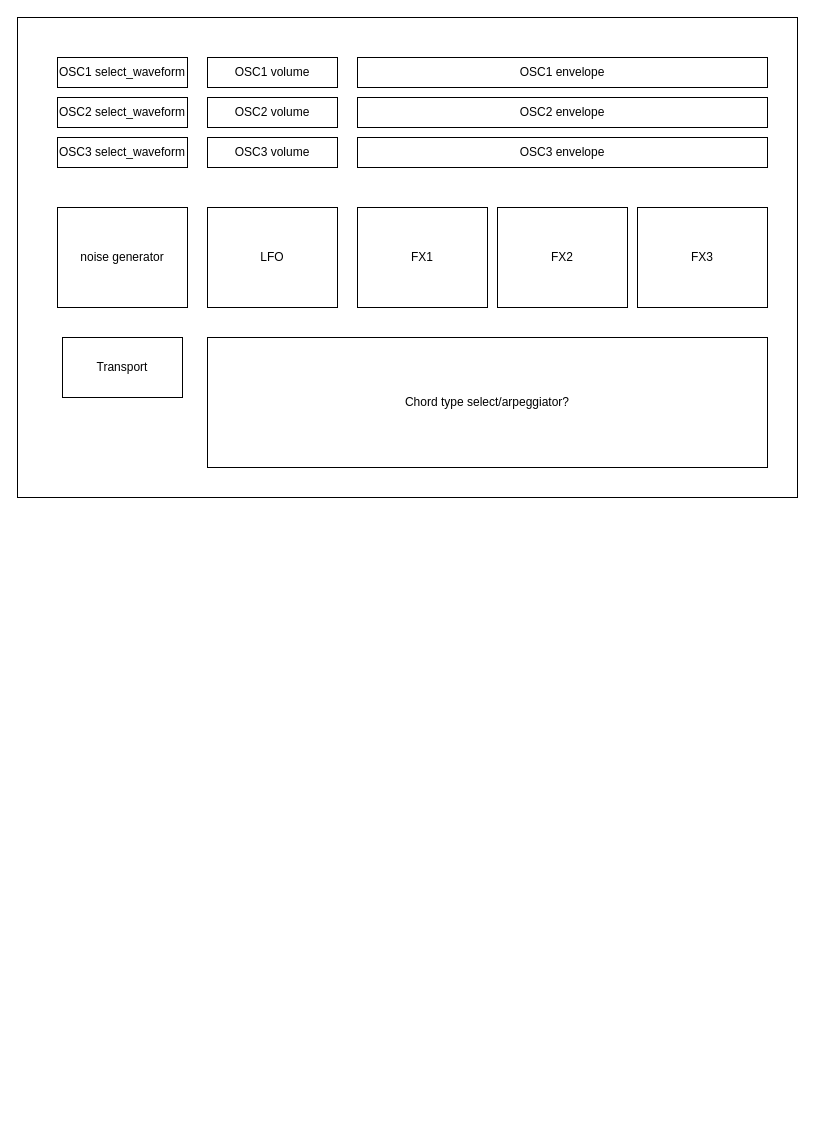
ThomasHAOD/browser_synth_tonejs keeps this draw.io diagram as Untitled Diagram.drawio. Above is the earlier version. Source tidied: cells renumbered, new cells numbered last; positions are measured from the earlier drawing's top-left corner, leaving out a move shared by most shapes. Both pictures are drawn from the tidied source at 100%, with x=0, y=0 at pixel (17, 17).
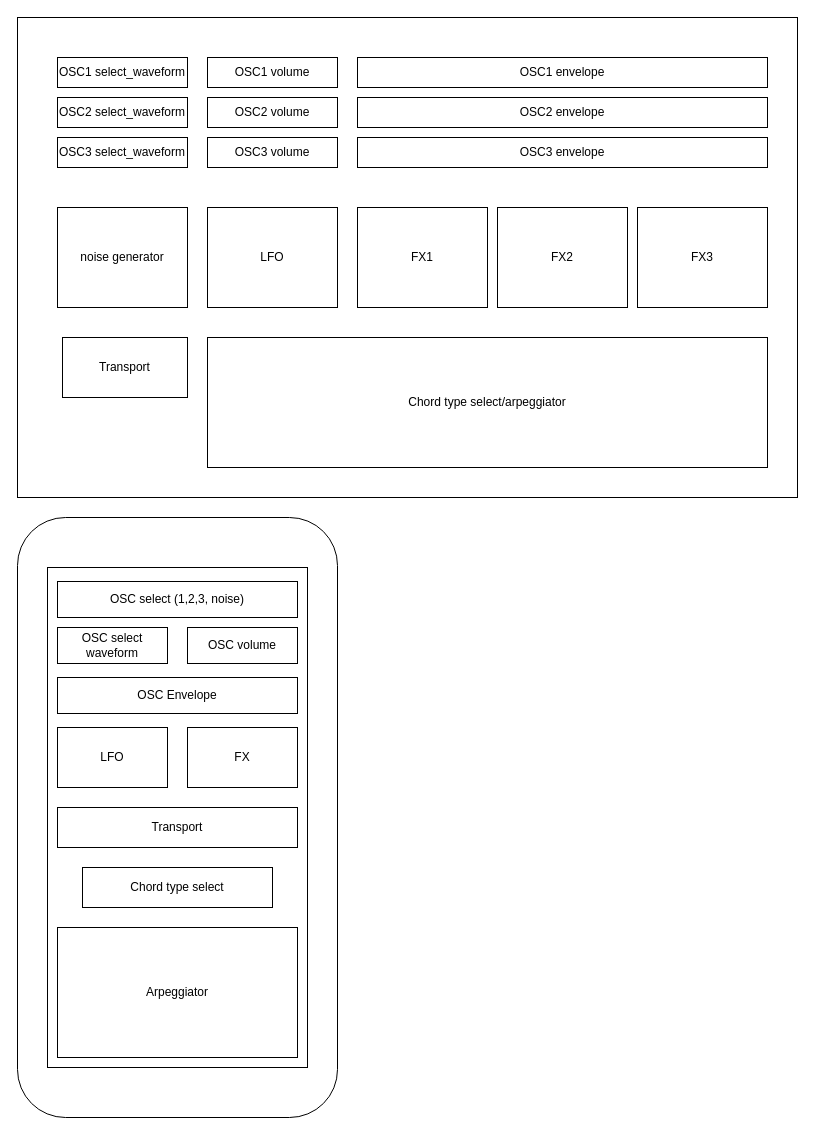
The same diagram, later.

What changed in the source:
```diff
@@
     <mxCell id="4" value="Transport" style="rounded=0;whiteSpace=wrap;html=1;" parent="1" vertex="1">
-      <mxGeometry x="45" y="320" width="120" height="60" as="geometry" />
+      <mxGeometry x="45" y="320" width="125" height="60" as="geometry" />
     </mxCell>
@@
-    <mxCell id="18" value="Chord type select/arpeggiator?" style="rounded=0;whiteSpace=wrap;html=1;" parent="1" vertex="1">
+    <mxCell id="18" value="Chord type select/arpeggiator" style="rounded=0;whiteSpace=wrap;html=1;" parent="1" vertex="1">
       <mxGeometry x="190" y="320" width="560" height="130" as="geometry" />
     </mxCell>
+    <mxCell id="19" style="rounded=1;whiteSpace=wrap;html=1;" parent="1" vertex="1">
+      <mxGeometry y="500" width="320" height="600" as="geometry" />
+    </mxCell>
+    <mxCell id="20" style="rounded=0;whiteSpace=wrap;html=1;" parent="1" vertex="1">
+      <mxGeometry x="30" y="550" width="260" height="500" as="geometry" />
+    </mxCell>
+    <mxCell id="21" value="OSC select (1,2,3, noise)" style="rounded=0;whiteSpace=wrap;html=1;" parent="1" vertex="1">
+      <mxGeometry x="40" y="564" width="240" height="36" as="geometry" />
+    </mxCell>
+    <mxCell id="22" value="OSC select waveform" style="rounded=0;whiteSpace=wrap;html=1;" parent="1" vertex="1">
+      <mxGeometry x="40" y="610" width="110" height="36" as="geometry" />
+    </mxCell>
+    <mxCell id="23" value="OSC volume" style="rounded=0;whiteSpace=wrap;html=1;" parent="1" vertex="1">
+      <mxGeometry x="170" y="610" width="110" height="36" as="geometry" />
+    </mxCell>
+    <mxCell id="24" value="OSC Envelope" style="rounded=0;whiteSpace=wrap;html=1;" parent="1" vertex="1">
+      <mxGeometry x="40" y="660" width="240" height="36" as="geometry" />
+    </mxCell>
+    <mxCell id="25" value="LFO" style="rounded=0;whiteSpace=wrap;html=1;" parent="1" vertex="1">
+      <mxGeometry x="40" y="710" width="110" height="60" as="geometry" />
+    </mxCell>
+    <mxCell id="26" value="FX" style="rounded=0;whiteSpace=wrap;html=1;" parent="1" vertex="1">
+      <mxGeometry x="170" y="710" width="110" height="60" as="geometry" />
+    </mxCell>
+    <mxCell id="27" value="Transport" style="rounded=0;whiteSpace=wrap;html=1;" parent="1" vertex="1">
+      <mxGeometry x="40" y="790" width="240" height="40" as="geometry" />
+    </mxCell>
+    <mxCell id="28" value="Chord type select" style="rounded=0;whiteSpace=wrap;html=1;" parent="1" vertex="1">
+      <mxGeometry x="65" y="850" width="190" height="40" as="geometry" />
+    </mxCell>
+    <mxCell id="29" value="Arpeggiator" style="rounded=0;whiteSpace=wrap;html=1;" parent="1" vertex="1">
+      <mxGeometry x="40" y="910" width="240" height="130" as="geometry" />
+    </mxCell>
```
